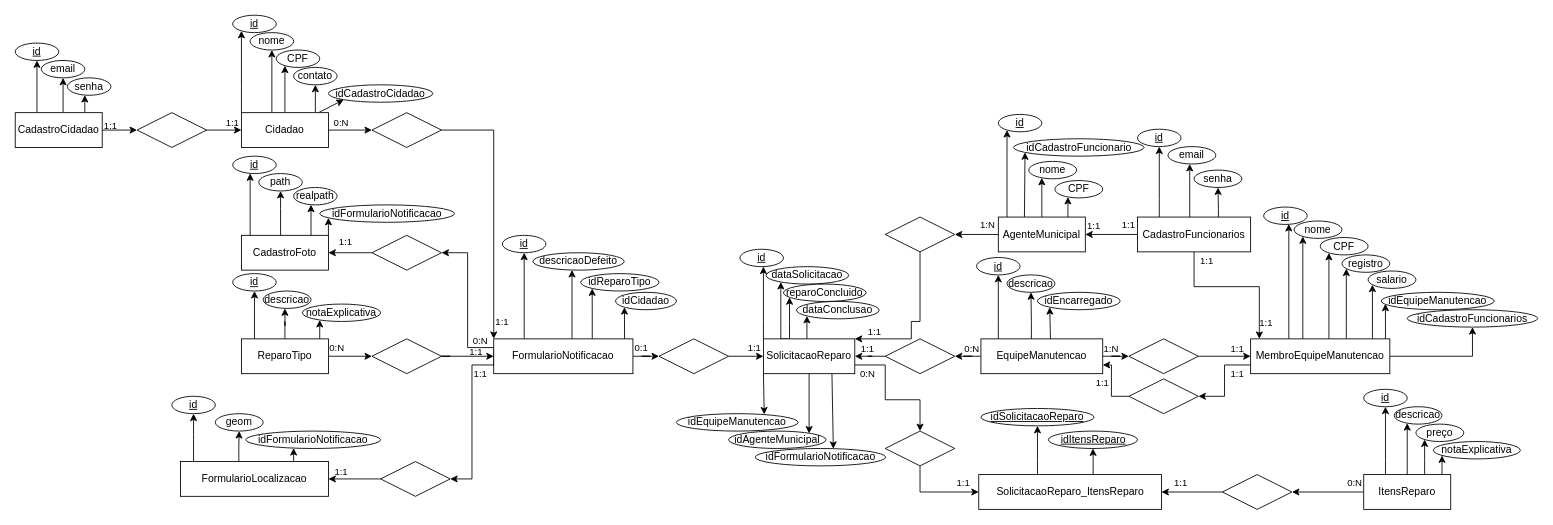
Before: diagramas/modelo_conceitual.drawio in PuraFome/AEP-Segundo-Semestre-2022, a draw.io diagram. Source tidied: cells renumbered, new cells numbered last; positions are measured from the earlier drawing's top-left corner, leaving out a move shared by most shapes. Both pictures are drawn from the tidied source at 87%, with x=0, y=0 at pixel (15, 15).
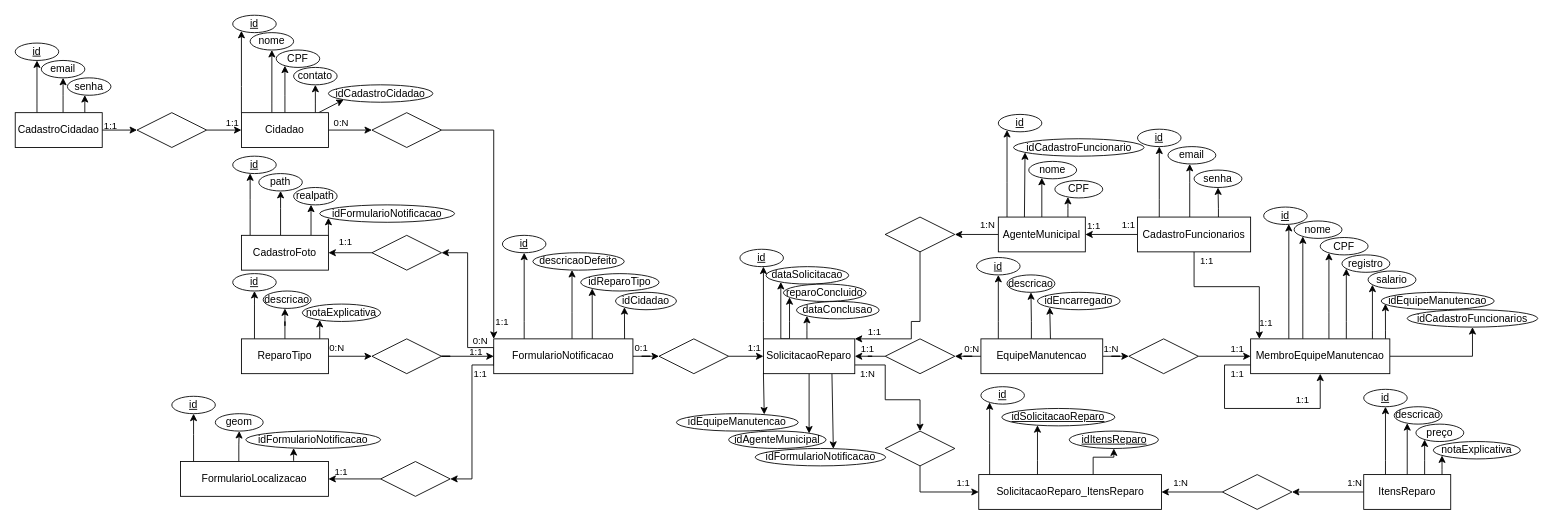
The same diagram, later.

The change refers to these unchanged cells:
```xml
<mxCell id="39" value="EquipeManutencao" style="whiteSpace=wrap;html=1;align=center;" parent="1" vertex="1">
  <mxGeometry x="1110" y="372" width="140" height="40" as="geometry" />
</mxCell>
<mxCell id="48" value="MembroEquipeManutencao" style="whiteSpace=wrap;html=1;align=center;" parent="1" vertex="1">
  <mxGeometry x="1420" y="372" width="160" height="40" as="geometry" />
</mxCell>
<mxCell id="51" value="SolicitacaoReparo_ItensReparo" style="whiteSpace=wrap;html=1;align=center;" parent="1" vertex="1">
  <mxGeometry x="1107.5" y="528" width="210" height="40" as="geometry" />
</mxCell>
```

Diff of the diagram source:
```diff
@@
-    <mxCell id="45" style="edgeStyle=orthogonalEdgeStyle;rounded=0;jettySize=auto;html=1;entryX=1;entryY=0.5;entryDx=0;entryDy=0;" parent="1" edge="1" source="48" target="154">
+    <mxCell id="45" style="edgeStyle=orthogonalEdgeStyle;rounded=0;orthogonalLoop=1;jettySize=auto;html=1;" parent="1" edge="1" source="48" target="48">
       <mxGeometry relative="1" as="geometry">
         <Array as="points">
           <mxPoint x="1390" y="402" />
-          <mxPoint x="1390" y="438" />
+          <mxPoint x="1390" y="452" />
+          <mxPoint x="1500" y="452" />
         </Array>
       </mxGeometry>
     </mxCell>
@@
+    <mxCell id="186" style="edgeStyle=orthogonalEdgeStyle;rounded=0;jettySize=auto;html=1;" parent="1" edge="1" source="51" target="187">
+      <mxGeometry relative="1" as="geometry">
+        <Array as="points">
+          <mxPoint x="1120" y="492" />
+          <mxPoint x="1120" y="492" />
+        </Array>
+      </mxGeometry>
+    </mxCell>
@@
     <mxCell id="118" value="idSolicitacaoReparo" style="ellipse;whiteSpace=wrap;html=1;align=center;fontStyle=4;" parent="1" vertex="1">
-      <mxGeometry x="1110" y="452" width="130" height="20" as="geometry" />
+      <mxGeometry x="1134" y="452" width="130" height="20" as="geometry" />
     </mxCell>
     <mxCell id="119" value="idItensReparo" style="ellipse;whiteSpace=wrap;html=1;align=center;fontStyle=4;" parent="1" vertex="1">
-      <mxGeometry x="1187.5" y="478" width="102.5" height="20" as="geometry" />
+      <mxGeometry x="1211.5" y="478" width="102.5" height="20" as="geometry" />
     </mxCell>
@@
-    <mxCell id="153" style="edgeStyle=orthogonalEdgeStyle;rounded=0;jettySize=auto;html=1;entryX=1;entryY=0.75;entryDx=0;entryDy=0;" parent="1" edge="1" source="154" target="39">
-      <mxGeometry relative="1" as="geometry" />
-    </mxCell>
-    <mxCell id="154" style="shape=rhombus;perimeter=rhombusPerimeter;whiteSpace=wrap;html=1;align=center;" parent="1" vertex="1">
-      <mxGeometry x="1280" y="418" width="80" height="40" as="geometry" />
-    </mxCell>
@@
-    <mxCell id="178" value="1:1" style="text;html=1;strokeColor=none;fillColor=none;align=center;verticalAlign=middle;whiteSpace=wrap;rounded=0;fontSize=11;" parent="1" vertex="1">
-      <mxGeometry x="1375" y="397" width="60" height="30" as="geometry" />
-    </mxCell>
     <mxCell id="179" value="1:1" style="text;html=1;strokeColor=none;fillColor=none;align=center;verticalAlign=middle;whiteSpace=wrap;rounded=0;fontSize=11;" parent="1" vertex="1">
-      <mxGeometry x="1220" y="408" width="60" height="30" as="geometry" />
+      <mxGeometry x="1450" y="427" width="60" height="30" as="geometry" />
     </mxCell>
@@
-    <mxCell id="182" value="0:N" style="text;html=1;strokeColor=none;fillColor=none;align=center;verticalAlign=middle;whiteSpace=wrap;rounded=0;fontSize=11;" parent="1" vertex="1">
+    <mxCell id="182" value="1:N" style="text;html=1;strokeColor=none;fillColor=none;align=center;verticalAlign=middle;whiteSpace=wrap;rounded=0;fontSize=11;" parent="1" vertex="1">
       <mxGeometry x="950" y="397" width="60" height="30" as="geometry" />
     </mxCell>
@@
-    <mxCell id="184" value="0:N" style="text;html=1;strokeColor=none;fillColor=none;align=center;verticalAlign=middle;whiteSpace=wrap;rounded=0;fontSize=11;" parent="1" vertex="1">
+    <mxCell id="184" value="1:N" style="text;html=1;strokeColor=none;fillColor=none;align=center;verticalAlign=middle;whiteSpace=wrap;rounded=0;fontSize=11;" parent="1" vertex="1">
       <mxGeometry x="1510" y="523" width="60" height="30" as="geometry" />
     </mxCell>
-    <mxCell id="185" value="1:1" style="text;html=1;strokeColor=none;fillColor=none;align=center;verticalAlign=middle;whiteSpace=wrap;rounded=0;fontSize=11;" parent="1" vertex="1">
+    <mxCell id="185" value="1:N" style="text;html=1;strokeColor=none;fillColor=none;align=center;verticalAlign=middle;whiteSpace=wrap;rounded=0;fontSize=11;" parent="1" vertex="1">
       <mxGeometry x="1310" y="523" width="60" height="30" as="geometry" />
     </mxCell>
+    <mxCell id="187" value="id" style="ellipse;whiteSpace=wrap;html=1;align=center;fontStyle=4;" parent="1" vertex="1">
+      <mxGeometry x="1110" y="427" width="50" height="20" as="geometry" />
+    </mxCell>
+    <mxCell id="178" value="1:1" style="text;html=1;strokeColor=none;fillColor=none;align=center;verticalAlign=middle;whiteSpace=wrap;rounded=0;fontSize=11;" parent="1" vertex="1">
+      <mxGeometry x="1375" y="397" width="60" height="30" as="geometry" />
+    </mxCell>
```
